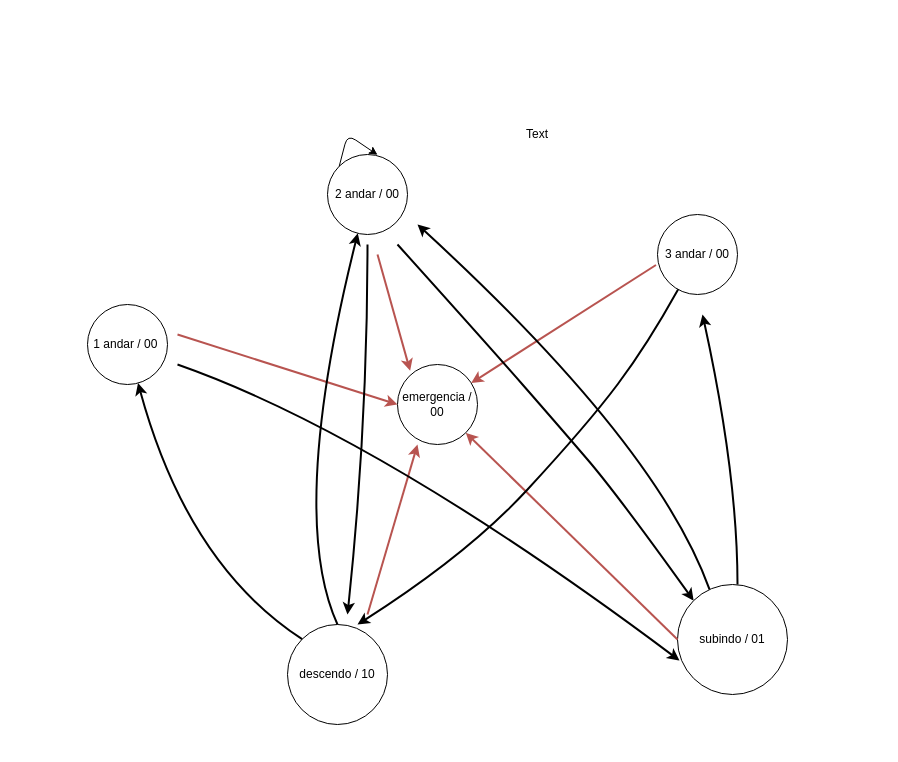
Before: GB/Elevador/Elevador.drawio in davischmitz/prototipacao-digital, a draw.io diagram. Source tidied: cells renumbered, new cells numbered last; positions are measured from the earlier drawing's top-left corner, leaving out a move shared by most shapes. Both pictures are drawn from the tidied source at 100%, with x=0, y=0 at pixel (87, 124).
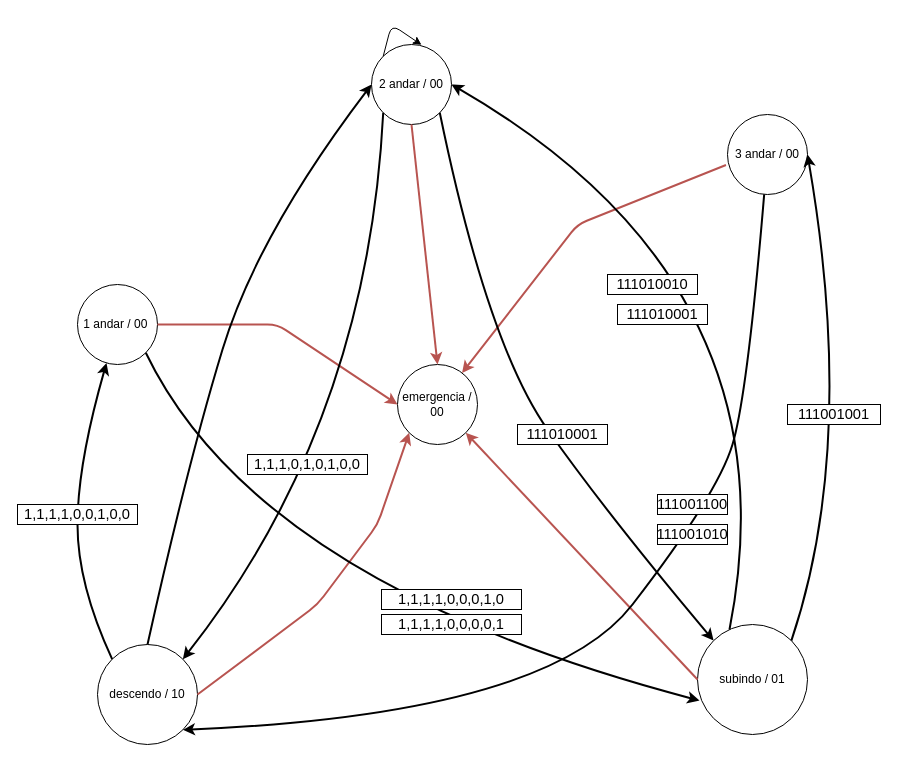
The same page after the edit.

Commit message:
feat(elevador): atualizando o diagrama

Unchanged cells that the change refers to:
```xml
<mxCell id="7" value="emergencia / 00" style="ellipse;whiteSpace=wrap;html=1;" parent="1" vertex="1">
  <mxGeometry x="310" y="240" width="80" height="80" as="geometry" />
</mxCell>
```

The edit, as a diff of the source:
```diff
@@
     <mxCell id="2" value="1 andar / 00&amp;nbsp;" style="ellipse;whiteSpace=wrap;html=1;" parent="1" vertex="1">
-      <mxGeometry y="180" width="80" height="80" as="geometry" />
+      <mxGeometry x="-10" y="160" width="80" height="80" as="geometry" />
     </mxCell>
     <mxCell id="3" value="2 andar / 00" style="ellipse;whiteSpace=wrap;html=1;" parent="1" vertex="1">
-      <mxGeometry x="240" y="30" width="80" height="80" as="geometry" />
+      <mxGeometry x="284" y="-80" width="80" height="80" as="geometry" />
     </mxCell>
     <mxCell id="4" value="3 andar / 00" style="ellipse;whiteSpace=wrap;html=1;" parent="1" vertex="1">
-      <mxGeometry x="570" y="90" width="80" height="80" as="geometry" />
+      <mxGeometry x="640" y="-10" width="80" height="80" as="geometry" />
     </mxCell>
     <mxCell id="5" value="subindo / 01" style="ellipse;whiteSpace=wrap;html=1;" parent="1" vertex="1">
-      <mxGeometry x="590" y="460" width="110" height="110" as="geometry" />
+      <mxGeometry x="610" y="500" width="110" height="110" as="geometry" />
     </mxCell>
     <mxCell id="6" value="descendo / 10" style="ellipse;whiteSpace=wrap;html=1;" parent="1" vertex="1">
-      <mxGeometry x="200" y="500" width="100" height="100" as="geometry" />
+      <mxGeometry x="10" y="520" width="100" height="100" as="geometry" />
     </mxCell>
@@
-    <mxCell id="8" style="endArrow=classic;html=1;entryX=0;entryY=0.5;entryDx=0;entryDy=0;fillColor=#f8cecc;strokeColor=#b85450;strokeWidth=2;" parent="1" edge="1" target="7">
+    <mxCell id="8" style="endArrow=classic;html=1;entryX=0;entryY=0.5;entryDx=0;entryDy=0;fillColor=#f8cecc;strokeColor=#b85450;strokeWidth=2;exitX=1;exitY=0.5;exitDx=0;exitDy=0;" parent="1" edge="1" source="2" target="7">
       <mxGeometry relative="1" as="geometry">
-        <mxPoint x="90" y="210" as="sourcePoint" />
+        <Array as="points">
+          <mxPoint x="190" y="200" />
+        </Array>
       </mxGeometry>
     </mxCell>
-    <mxCell id="9" style="endArrow=classic;html=1;entryX=0.158;entryY=0.079;entryDx=0;entryDy=0;fillColor=#f8cecc;strokeColor=#b85450;strokeWidth=2;entryPerimeter=0;" parent="1" edge="1" target="7">
+    <mxCell id="9" style="endArrow=classic;html=1;fillColor=#f8cecc;strokeColor=#b85450;strokeWidth=2;exitX=0.5;exitY=1;exitDx=0;exitDy=0;" parent="1" edge="1" source="3">
       <mxGeometry relative="1" as="geometry">
-        <mxPoint x="290" y="130" as="sourcePoint" />
+        <mxPoint x="350" y="240" as="targetPoint" />
       </mxGeometry>
     </mxCell>
     <mxCell id="10" style="endArrow=classic;html=1;fillColor=#f8cecc;strokeColor=#b85450;strokeWidth=2;exitX=-0.019;exitY=0.631;exitDx=0;exitDy=0;exitPerimeter=0;" parent="1" edge="1" source="4" target="7">
-      <mxGeometry relative="1" as="geometry" />
+      <mxGeometry relative="1" as="geometry">
+        <Array as="points">
+          <mxPoint x="490" y="100" />
+        </Array>
+      </mxGeometry>
     </mxCell>
@@
-    <mxCell id="12" style="endArrow=classic;html=1;fillColor=#f8cecc;strokeColor=#b85450;strokeWidth=2;" parent="1" edge="1">
+    <mxCell id="12" style="endArrow=classic;html=1;fillColor=#f8cecc;strokeColor=#b85450;strokeWidth=2;exitX=1;exitY=0.5;exitDx=0;exitDy=0;entryX=0;entryY=1;entryDx=0;entryDy=0;" parent="1" edge="1" source="6" target="7">
       <mxGeometry relative="1" as="geometry">
-        <mxPoint x="280" y="490" as="sourcePoint" />
-        <mxPoint x="330" y="320" as="targetPoint" />
+        <Array as="points">
+          <mxPoint x="230" y="480" />
+          <mxPoint x="290" y="400" />
+        </Array>
       </mxGeometry>
     </mxCell>
-    <mxCell id="13" style="curved=1;endArrow=classic;html=1;strokeWidth=2;exitX=0.5;exitY=0;exitDx=0;exitDy=0;" parent="1" edge="1" source="6" target="3">
+    <mxCell id="13" style="curved=1;endArrow=classic;html=1;strokeWidth=2;exitX=0.5;exitY=0;exitDx=0;exitDy=0;entryX=0;entryY=0.5;entryDx=0;entryDy=0;" parent="1" edge="1" source="6" target="3">
       <mxGeometry relative="1" as="geometry">
         <Array as="points">
-          <mxPoint x="200" y="390" />
+          <mxPoint x="100" y="340" />
+          <mxPoint x="170" y="110" />
         </Array>
       </mxGeometry>
     </mxCell>
-    <mxCell id="14" style="curved=1;endArrow=classic;html=1;strokeColor=#000000;strokeWidth=2;" parent="1" edge="1">
+    <mxCell id="14" style="curved=1;endArrow=classic;html=1;strokeColor=#000000;strokeWidth=2;entryX=1;entryY=0;entryDx=0;entryDy=0;exitX=0;exitY=1;exitDx=0;exitDy=0;" parent="1" edge="1" source="3" target="6">
       <mxGeometry relative="1" as="geometry">
-        <mxPoint x="280" y="120" as="sourcePoint" />
-        <mxPoint x="260" y="490" as="targetPoint" />
         <Array as="points">
           <mxPoint x="280" y="300" />
         </Array>
       </mxGeometry>
     </mxCell>
-    <mxCell id="15" style="curved=1;endArrow=classic;html=1;strokeColor=#000000;strokeWidth=2;entryX=0.018;entryY=0.691;entryDx=0;entryDy=0;entryPerimeter=0;" parent="1" edge="1" target="5">
+    <mxCell id="15" style="curved=1;endArrow=classic;html=1;strokeColor=#000000;strokeWidth=2;entryX=0.018;entryY=0.691;entryDx=0;entryDy=0;entryPerimeter=0;exitX=1;exitY=1;exitDx=0;exitDy=0;" parent="1" edge="1" source="2" target="5">
       <mxGeometry relative="1" as="geometry">
-        <mxPoint x="90" y="240" as="sourcePoint" />
         <Array as="points">
-          <mxPoint x="290" y="310" />
+          <mxPoint x="170" y="460" />
         </Array>
       </mxGeometry>
     </mxCell>
     <mxCell id="16" style="curved=1;endArrow=classic;html=1;strokeWidth=2;exitX=0;exitY=0;exitDx=0;exitDy=0;" parent="1" edge="1" source="6" target="2">
       <mxGeometry relative="1" as="geometry">
         <Array as="points">
-          <mxPoint x="100" y="440" />
+          <mxPoint x="-10" y="460" />
+          <mxPoint x="-10" y="340" />
         </Array>
       </mxGeometry>
     </mxCell>
-    <mxCell id="17" style="curved=1;endArrow=classic;html=1;strokeWidth=2;" parent="1" edge="1">
+    <mxCell id="17" style="curved=1;endArrow=classic;html=1;strokeWidth=2;exitX=1;exitY=0;exitDx=0;exitDy=0;entryX=1;entryY=0.5;entryDx=0;entryDy=0;" parent="1" edge="1" source="5" target="4">
       <mxGeometry relative="1" as="geometry">
-        <mxPoint x="650" y="460" as="sourcePoint" />
-        <mxPoint x="615" y="190" as="targetPoint" />
         <Array as="points">
-          <mxPoint x="650" y="350" />
+          <mxPoint x="770" y="320" />
         </Array>
       </mxGeometry>
     </mxCell>
-    <mxCell id="18" style="curved=1;endArrow=classic;html=1;strokeColor=#000000;strokeWidth=2;" parent="1" edge="1" source="4">
+    <mxCell id="18" style="curved=1;endArrow=classic;html=1;strokeColor=#000000;strokeWidth=2;entryX=1;entryY=1;entryDx=0;entryDy=0;" parent="1" edge="1" source="4" target="6">
       <mxGeometry relative="1" as="geometry">
-        <mxPoint x="270" y="500" as="targetPoint" />
         <Array as="points">
-          <mxPoint x="560" y="220" />
-          <mxPoint x="500" y="300" />
-          <mxPoint x="380" y="430" />
+          <mxPoint x="660" y="270" />
+          <mxPoint x="630" y="370" />
+          <mxPoint x="460" y="590" />
         </Array>
       </mxGeometry>
     </mxCell>
-    <mxCell id="19" style="curved=1;endArrow=classic;html=1;strokeColor=#000000;strokeWidth=2;entryX=0;entryY=0;entryDx=0;entryDy=0;" parent="1" edge="1" target="5">
+    <mxCell id="19" style="curved=1;endArrow=classic;html=1;strokeColor=#000000;strokeWidth=2;entryX=0;entryY=0;entryDx=0;entryDy=0;exitX=1;exitY=1;exitDx=0;exitDy=0;" parent="1" edge="1" source="3" target="5">
       <mxGeometry relative="1" as="geometry">
-        <mxPoint x="310" y="120" as="sourcePoint" />
         <Array as="points">
           <mxPoint x="400" y="220" />
-          <mxPoint x="470" y="300" />
-          <mxPoint x="530" y="370" />
+          <mxPoint x="520" y="390" />
         </Array>
       </mxGeometry>
     </mxCell>
-    <mxCell id="20" style="curved=1;endArrow=classic;html=1;strokeWidth=2;exitX=0.291;exitY=0.045;exitDx=0;exitDy=0;exitPerimeter=0;" parent="1" edge="1" source="5">
+    <mxCell id="20" style="curved=1;endArrow=classic;html=1;strokeWidth=2;exitX=0.291;exitY=0.045;exitDx=0;exitDy=0;exitPerimeter=0;entryX=1;entryY=0.5;entryDx=0;entryDy=0;" parent="1" edge="1" source="5" target="3">
       <mxGeometry relative="1" as="geometry">
-        <mxPoint x="330" y="100" as="targetPoint" />
         <Array as="points">
-          <mxPoint x="570" y="320" />
+          <mxPoint x="710" y="160" />
         </Array>
       </mxGeometry>
     </mxCell>
     <mxCell id="21" style="endArrow=classic;html=1;exitX=0;exitY=0;exitDx=0;exitDy=0;entryX=0.625;entryY=0.004;entryDx=0;entryDy=0;entryPerimeter=0;" parent="1" edge="1" source="3" target="3">
       <mxGeometry relative="1" as="geometry">
         <Array as="points">
-          <mxPoint x="260" y="10" />
+          <mxPoint x="304" y="-100" />
         </Array>
       </mxGeometry>
     </mxCell>
-    <mxCell id="22" value="Text" style="text;html=1;strokeColor=none;fillColor=none;align=center;verticalAlign=middle;whiteSpace=wrap;rounded=0;" parent="1" vertex="1">
-      <mxGeometry x="430" width="40" height="20" as="geometry" />
-    </mxCell>
+    <mxCell id="23" value="&lt;span id=&quot;docs-internal-guid-bbf0f4e8-7fff-1e35-a5ee-ff3e7a154e85&quot;&gt;&lt;span style=&quot;font-size: 11pt ; font-family: &amp;#34;arial&amp;#34; ; background-color: transparent ; vertical-align: baseline&quot;&gt;1,1,1,1,0,0,0,1,0&lt;/span&gt;&lt;/span&gt;" style="text;html=1;align=center;verticalAlign=middle;whiteSpace=wrap;rounded=0;shadow=0;strokeColor=#000000;glass=0;fillColor=#ffffff;" parent="1" vertex="1">
+      <mxGeometry x="294" y="465" width="140" height="20" as="geometry" />
+    </mxCell>
+    <mxCell id="24" value="&lt;span id=&quot;docs-internal-guid-6589a4b1-7fff-5ea1-2ef8-7b5d9af1116f&quot;&gt;&lt;span style=&quot;font-size: 11pt ; font-family: &amp;#34;arial&amp;#34; ; background-color: transparent ; vertical-align: baseline&quot;&gt;1,1,1,1,0,0,0,0,1&lt;/span&gt;&lt;/span&gt;" style="text;html=1;align=center;verticalAlign=middle;whiteSpace=wrap;rounded=0;strokeColor=#000000;fillColor=#ffffff;" parent="1" vertex="1">
+      <mxGeometry x="294" y="490" width="140" height="20" as="geometry" />
+    </mxCell>
+    <mxCell id="25" value="&lt;span id=&quot;docs-internal-guid-22f6198f-7fff-e776-b713-9b277268731d&quot;&gt;&lt;span style=&quot;font-size: 11pt ; font-family: &amp;#34;arial&amp;#34; ; background-color: transparent ; vertical-align: baseline&quot;&gt;111010010 &lt;/span&gt;&lt;/span&gt;" style="text;html=1;align=center;verticalAlign=middle;whiteSpace=wrap;rounded=0;shadow=0;glass=0;strokeColor=#000000;fillColor=#ffffff;" parent="1" vertex="1">
+      <mxGeometry x="520" y="150" width="90" height="20" as="geometry" />
+    </mxCell>
+    <mxCell id="26" value="&lt;span id=&quot;docs-internal-guid-ace200eb-7fff-2d70-2511-e228b79c8bc5&quot;&gt;&lt;span style=&quot;font-size: 11pt ; font-family: &amp;#34;arial&amp;#34; ; background-color: transparent ; vertical-align: baseline&quot;&gt;111010001&lt;/span&gt;&lt;/span&gt;" style="text;html=1;align=center;verticalAlign=middle;whiteSpace=wrap;rounded=0;shadow=0;glass=0;strokeColor=#000000;fillColor=#ffffff;" parent="1" vertex="1">
+      <mxGeometry x="530" y="180" width="90" height="20" as="geometry" />
+    </mxCell>
+    <mxCell id="27" value="&lt;span id=&quot;docs-internal-guid-dba571e7-7fff-0a41-ba9d-065aade47dcb&quot;&gt;&lt;span style=&quot;font-size: 11pt ; font-family: &amp;#34;arial&amp;#34; ; background-color: transparent ; vertical-align: baseline&quot;&gt;111010001&lt;/span&gt;&lt;/span&gt;" style="text;html=1;align=center;verticalAlign=middle;whiteSpace=wrap;rounded=0;shadow=0;glass=0;strokeColor=#000000;fillColor=#ffffff;" parent="1" vertex="1">
+      <mxGeometry x="430" y="300" width="90" height="20" as="geometry" />
+    </mxCell>
+    <mxCell id="28" value="&lt;span id=&quot;docs-internal-guid-af920bf1-7fff-59b1-4576-196e4c3b9e97&quot;&gt;&lt;span style=&quot;font-size: 11pt ; font-family: &amp;#34;arial&amp;#34; ; background-color: transparent ; vertical-align: baseline&quot;&gt;111001001&lt;/span&gt;&lt;/span&gt;" style="text;html=1;align=center;verticalAlign=middle;whiteSpace=wrap;rounded=0;shadow=0;glass=0;strokeColor=#000000;fillColor=#ffffff;" parent="1" vertex="1">
+      <mxGeometry x="700" y="280" width="93" height="20" as="geometry" />
+    </mxCell>
+    <mxCell id="29" value="&lt;span id=&quot;docs-internal-guid-c035a042-7fff-0c49-afb8-e89a290ca3a1&quot;&gt;&lt;span style=&quot;font-size: 11pt ; font-family: &amp;#34;arial&amp;#34; ; background-color: transparent ; vertical-align: baseline&quot;&gt;111001100 &lt;/span&gt;&lt;/span&gt;" style="text;html=1;align=center;verticalAlign=middle;whiteSpace=wrap;rounded=0;shadow=0;glass=0;strokeColor=#000000;fillColor=#ffffff;" parent="1" vertex="1">
+      <mxGeometry x="570" y="370" width="70" height="20" as="geometry" />
+    </mxCell>
+    <mxCell id="30" value="&lt;span id=&quot;docs-internal-guid-0a450c5b-7fff-b23b-1960-abfe635e3b5a&quot;&gt;&lt;span style=&quot;font-size: 11pt ; font-family: &amp;#34;arial&amp;#34; ; background-color: transparent ; vertical-align: baseline&quot;&gt;111001010&lt;/span&gt;&lt;/span&gt;" style="text;html=1;align=center;verticalAlign=middle;whiteSpace=wrap;rounded=0;shadow=0;glass=0;strokeColor=#000000;fillColor=#ffffff;" parent="1" vertex="1">
+      <mxGeometry x="570" y="400" width="70" height="20" as="geometry" />
+    </mxCell>
+    <mxCell id="31" value="&lt;span id=&quot;docs-internal-guid-e81d2fcb-7fff-33a9-42db-fe3db5209c5e&quot;&gt;&lt;span style=&quot;font-size: 11pt ; font-family: &amp;#34;arial&amp;#34; ; background-color: transparent ; vertical-align: baseline&quot;&gt;1,1,1,0,1,0,1,0,0&lt;/span&gt;&lt;/span&gt;" style="text;html=1;align=center;verticalAlign=middle;whiteSpace=wrap;rounded=0;shadow=0;glass=0;strokeColor=#000000;fillColor=#ffffff;" parent="1" vertex="1">
+      <mxGeometry x="160" y="330" width="120" height="20" as="geometry" />
+    </mxCell>
+    <mxCell id="32" value="&lt;span id=&quot;docs-internal-guid-e2418df5-7fff-e7c6-6563-67e01c6ffb01&quot;&gt;&lt;span style=&quot;font-size: 11pt ; font-family: &amp;#34;arial&amp;#34; ; background-color: transparent ; vertical-align: baseline&quot;&gt;1,1,1,1,0,0,1,0,0&lt;/span&gt;&lt;/span&gt;" style="text;html=1;align=center;verticalAlign=middle;whiteSpace=wrap;rounded=0;shadow=0;glass=0;strokeColor=#000000;fillColor=#ffffff;" parent="1" vertex="1">
+      <mxGeometry x="-70" y="380" width="120" height="20" as="geometry" />
+    </mxCell>
```
